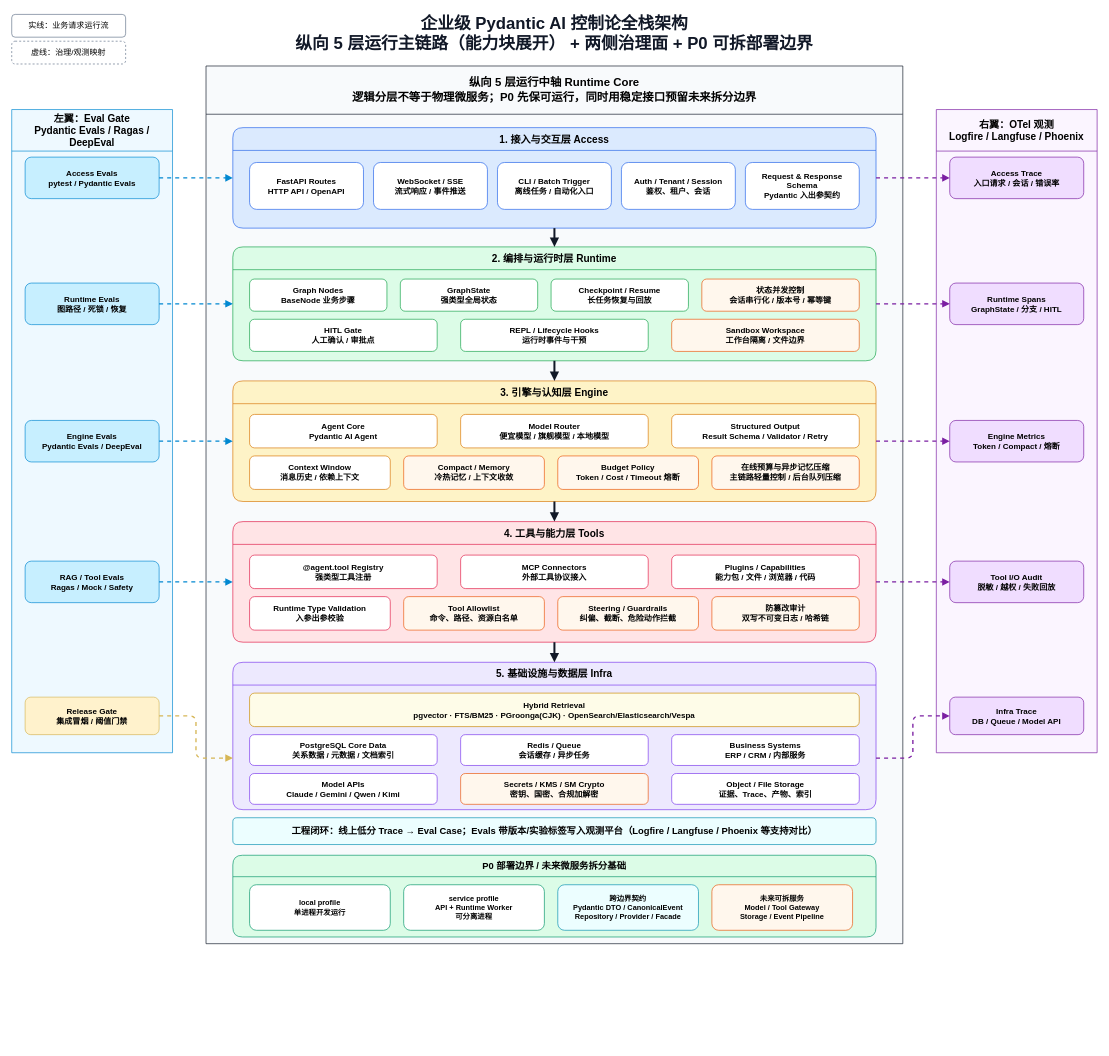
Before: artifacts/pydantic-ai-agent-architecture.drawio in wdmcheng/agent-harness-layer, a draw.io diagram. Source tidied: cells renumbered, new cells numbered last; positions are measured from the earlier drawing's top-left corner, leaving out a move shared by most shapes. Both pictures are drawn from the tidied source at 67%, with x=0, y=0 at pixel (11, 11).
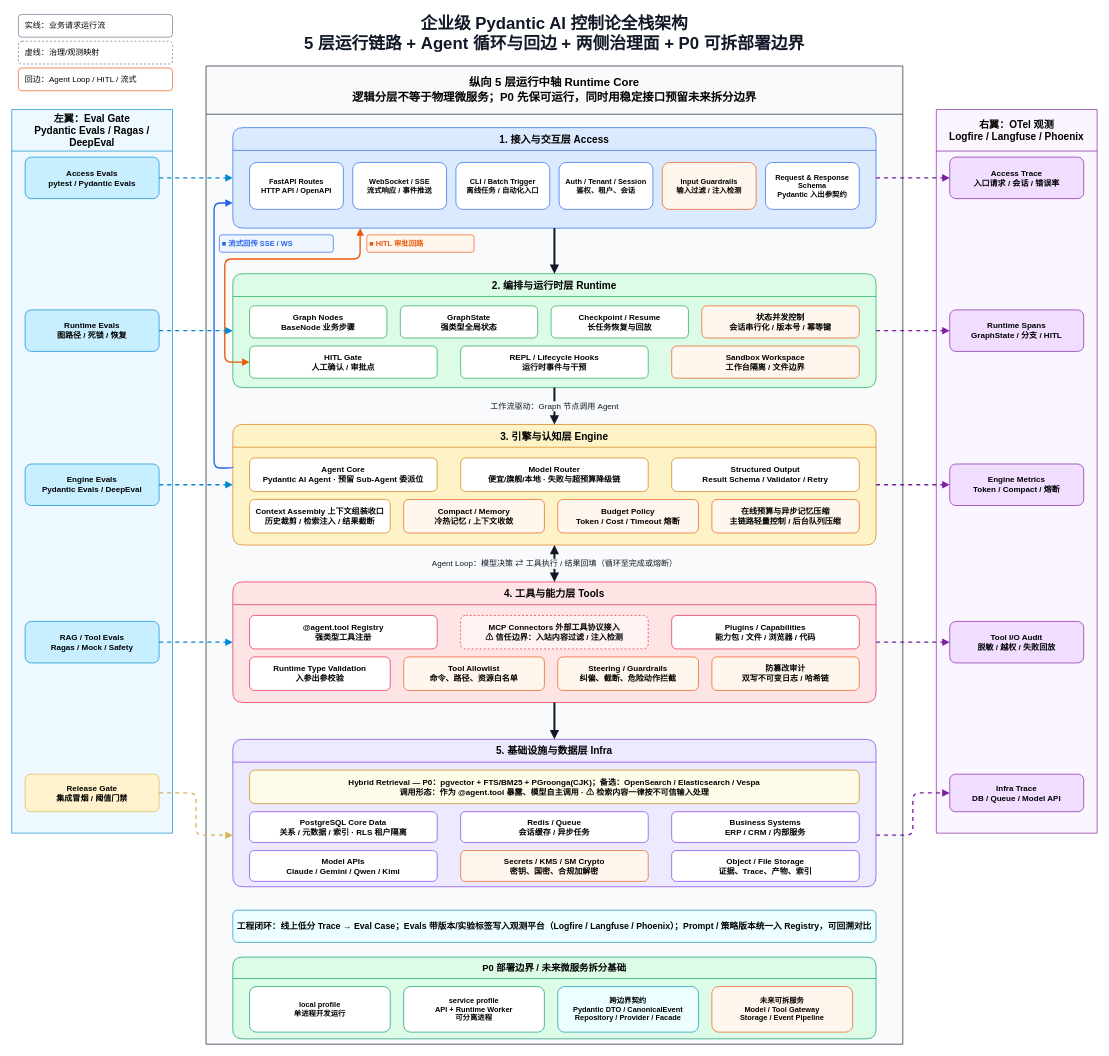
The same page after the edit.

Commit message (it also covers changes not shown here):
docs: polish architecture diagram layout

Unchanged cells that the change refers to:
```xml
<mxCell id="8" value="1. 接入与交互层 Access" style="swimlane;whiteSpace=wrap;html=1;rounded=1;startSize=34;fillColor=#dbeafe;strokeColor=#2563eb;fontSize=15;fontStyle=1;swimlaneFillColor=#dbeafe;" parent="6" vertex="1">
  <mxGeometry x="40" y="92" width="960" height="150" as="geometry" />
</mxCell>
```

Diff of the diagram source:
```diff
@@
-    <mxCell id="2" value="企业级 Pydantic AI 控制论全栈架构&#10;纵向 5 层运行主链路（能力块展开） + 两侧治理面 + P0 可拆部署边界" style="text;html=1;strokeColor=none;fillColor=none;align=center;verticalAlign=middle;whiteSpace=wrap;fontSize=25;fontStyle=1;fontColor=#111827;" parent="1" vertex="1">
+    <mxCell id="2" value="企业级 Pydantic AI 控制论全栈架构&#10;5 层运行链路 + Agent 循环与回边 + 两侧治理面 + P0 可拆部署边界" style="text;html=1;strokeColor=none;fillColor=none;align=center;verticalAlign=middle;whiteSpace=wrap;fontSize=25;fontStyle=1;fontColor=#111827;" parent="1" vertex="1">
       <mxGeometry x="320" width="980" height="62" as="geometry" />
     </mxCell>
-    <mxCell id="3" value="实线：业务请求运行流" style="rounded=1;whiteSpace=wrap;html=1;fillColor=#ffffff;strokeColor=#64748b;fontSize=12;" parent="1" vertex="1">
-      <mxGeometry y="4" width="170" height="34" as="geometry" />
+    <mxCell id="3" value="实线：业务请求运行流" style="rounded=1;whiteSpace=wrap;html=1;fillColor=#ffffff;strokeColor=#64748b;fontSize=12;align=left;spacing=10;" parent="1" vertex="1">
+      <mxGeometry x="10" y="4" width="230" height="34" as="geometry" />
     </mxCell>
-    <mxCell id="4" value="虚线：治理/观测映射" style="rounded=1;whiteSpace=wrap;html=1;fillColor=#ffffff;strokeColor=#64748b;fontSize=12;dashed=1;" parent="1" vertex="1">
-      <mxGeometry y="44" width="170" height="34" as="geometry" />
+    <mxCell id="4" value="虚线：治理/观测映射" style="rounded=1;whiteSpace=wrap;html=1;fillColor=#ffffff;strokeColor=#64748b;fontSize=12;dashed=1;align=left;spacing=10;" parent="1" vertex="1">
+      <mxGeometry x="10" y="44" width="230" height="34" as="geometry" />
     </mxCell>
+    <mxCell id="76" value="回边：Agent Loop / HITL / 流式" style="rounded=1;whiteSpace=wrap;html=1;fillColor=#ffffff;strokeColor=#ea580c;fontSize=12;align=left;spacing=10;" parent="1" vertex="1">
+      <mxGeometry x="10" y="84" width="230" height="34" as="geometry" />
+    </mxCell>
     <mxCell id="5" value="左翼：Eval Gate&#10;Pydantic Evals / Ragas / DeepEval" style="swimlane;whiteSpace=wrap;html=1;rounded=0;startSize=62;fillColor=#eef9ff;strokeColor=#0288d1;fontSize=15;fontStyle=1;swimlaneFillColor=#eef9ff;" parent="1" vertex="1">
-      <mxGeometry y="146" width="240" height="960" as="geometry" />
+      <mxGeometry y="146" width="240" height="1080" as="geometry" />
     </mxCell>
     <mxCell id="6" value="纵向 5 层运行中轴 Runtime Core&#10;逻辑分层不等于物理微服务；P0 先保可运行，同时用稳定接口预留未来拆分边界" style="swimlane;whiteSpace=wrap;html=1;rounded=0;startSize=72;fillColor=#f8fafc;strokeColor=#111827;fontSize=17;fontStyle=1;swimlaneFillColor=#f8fafc;" parent="1" vertex="1">
-      <mxGeometry x="290" y="81" width="1040" height="1310" as="geometry" />
+      <mxGeometry x="290" y="81" width="1040" height="1460" as="geometry" />
     </mxCell>
     <mxCell id="7" value="右翼：OTel 观测&#10;Logfire / Langfuse / Phoenix" style="swimlane;whiteSpace=wrap;html=1;rounded=0;startSize=62;fillColor=#fbf5ff;strokeColor=#7b1fa2;fontSize=15;fontStyle=1;swimlaneFillColor=#fbf5ff;" parent="1" vertex="1">
-      <mxGeometry x="1380" y="146" width="240" height="960" as="geometry" />
+      <mxGeometry x="1380" y="146" width="240" height="1080" as="geometry" />
     </mxCell>
@@
-    <mxCell id="9" value="FastAPI Routes&#10;HTTP API / OpenAPI" style="rounded=1;whiteSpace=wrap;html=1;fillColor=#ffffff;strokeColor=#2563eb;fontSize=12;fontStyle=1;" parent="8" vertex="1">
-      <mxGeometry x="25" y="52" width="170" height="70" as="geometry" />
+    <mxCell id="9" value="FastAPI Routes&#10;HTTP API / OpenAPI" style="rounded=1;whiteSpace=wrap;html=1;fillColor=#ffffff;strokeColor=#2563eb;fontSize=11;fontStyle=1;" parent="8" vertex="1">
+      <mxGeometry x="25" y="52" width="140" height="70" as="geometry" />
     </mxCell>
-    <mxCell id="10" value="WebSocket / SSE&#10;流式响应 / 事件推送" style="rounded=1;whiteSpace=wrap;html=1;fillColor=#ffffff;strokeColor=#2563eb;fontSize=12;fontStyle=1;" parent="8" vertex="1">
-      <mxGeometry x="210" y="52" width="170" height="70" as="geometry" />
+    <mxCell id="10" value="WebSocket / SSE&#10;流式响应 / 事件推送" style="rounded=1;whiteSpace=wrap;html=1;fillColor=#ffffff;strokeColor=#2563eb;fontSize=11;fontStyle=1;" parent="8" vertex="1">
+      <mxGeometry x="179" y="52" width="140" height="70" as="geometry" />
     </mxCell>
-    <mxCell id="11" value="CLI / Batch Trigger&#10;离线任务 / 自动化入口" style="rounded=1;whiteSpace=wrap;html=1;fillColor=#ffffff;strokeColor=#2563eb;fontSize=12;fontStyle=1;" parent="8" vertex="1">
-      <mxGeometry x="395" y="52" width="170" height="70" as="geometry" />
+    <mxCell id="11" value="CLI / Batch Trigger&#10;离线任务 / 自动化入口" style="rounded=1;whiteSpace=wrap;html=1;fillColor=#ffffff;strokeColor=#2563eb;fontSize=11;fontStyle=1;" parent="8" vertex="1">
+      <mxGeometry x="333" y="52" width="140" height="70" as="geometry" />
     </mxCell>
-    <mxCell id="12" value="Auth / Tenant / Session&#10;鉴权、租户、会话" style="rounded=1;whiteSpace=wrap;html=1;fillColor=#ffffff;strokeColor=#2563eb;fontSize=12;fontStyle=1;" parent="8" vertex="1">
-      <mxGeometry x="580" y="52" width="170" height="70" as="geometry" />
+    <mxCell id="12" value="Auth / Tenant / Session&#10;鉴权、租户、会话" style="rounded=1;whiteSpace=wrap;html=1;fillColor=#ffffff;strokeColor=#2563eb;fontSize=11;fontStyle=1;" parent="8" vertex="1">
+      <mxGeometry x="487" y="52" width="140" height="70" as="geometry" />
     </mxCell>
+    <mxCell id="77" value="Input Guardrails&#10;输入过滤 / 注入检测" style="rounded=1;whiteSpace=wrap;html=1;fillColor=#fff7ed;strokeColor=#ea580c;fontSize=11;fontStyle=1;" parent="8" vertex="1">
+      <mxGeometry x="641" y="52" width="140" height="70" as="geometry" />
+    </mxCell>
-    <mxCell id="13" value="Request &amp; Response Schema&#10;Pydantic 入出参契约" style="rounded=1;whiteSpace=wrap;html=1;fillColor=#ffffff;strokeColor=#2563eb;fontSize=12;fontStyle=1;" parent="8" vertex="1">
-      <mxGeometry x="765" y="52" width="170" height="70" as="geometry" />
+    <mxCell id="13" value="Request &amp; Response Schema&#10;Pydantic 入出参契约" style="rounded=1;whiteSpace=wrap;html=1;fillColor=#ffffff;strokeColor=#2563eb;fontSize=11;fontStyle=1;" parent="8" vertex="1">
+      <mxGeometry x="795" y="52" width="140" height="70" as="geometry" />
     </mxCell>
     <mxCell id="14" value="2. 编排与运行时层 Runtime" style="swimlane;whiteSpace=wrap;html=1;rounded=1;startSize=34;fillColor=#dcfce7;strokeColor=#16a34a;fontSize=15;fontStyle=1;swimlaneFillColor=#dcfce7;" parent="6" vertex="1">
-      <mxGeometry x="40" y="270" width="960" height="170" as="geometry" />
+      <mxGeometry x="40" y="310" width="960" height="170" as="geometry" />
     </mxCell>
@@
     <mxCell id="22" value="3. 引擎与认知层 Engine" style="swimlane;whiteSpace=wrap;html=1;rounded=1;startSize=34;fillColor=#fef3c7;strokeColor=#d97706;fontSize=15;fontStyle=1;swimlaneFillColor=#fef3c7;" parent="6" vertex="1">
-      <mxGeometry x="40" y="470" width="960" height="180" as="geometry" />
+      <mxGeometry x="40" y="535" width="960" height="180" as="geometry" />
     </mxCell>
-    <mxCell id="23" value="Agent Core&#10;Pydantic AI Agent" style="rounded=1;whiteSpace=wrap;html=1;fillColor=#ffffff;strokeColor=#d97706;fontSize=12;fontStyle=1;" parent="22" vertex="1">
+    <mxCell id="23" value="Agent Core&#10;Pydantic AI Agent · 预留 Sub-Agent 委派位" style="rounded=1;whiteSpace=wrap;html=1;fillColor=#ffffff;strokeColor=#d97706;fontSize=12;fontStyle=1;" parent="22" vertex="1">
       <mxGeometry x="25" y="50" width="280" height="50" as="geometry" />
     </mxCell>
-    <mxCell id="24" value="Model Router&#10;便宜模型 / 旗舰模型 / 本地模型" style="rounded=1;whiteSpace=wrap;html=1;fillColor=#ffffff;strokeColor=#d97706;fontSize=12;fontStyle=1;" parent="22" vertex="1">
+    <mxCell id="24" value="Model Router&#10;便宜/旗舰/本地 · 失败与超预算降级链" style="rounded=1;whiteSpace=wrap;html=1;fillColor=#ffffff;strokeColor=#d97706;fontSize=12;fontStyle=1;" parent="22" vertex="1">
       <mxGeometry x="340" y="50" width="280" height="50" as="geometry" />
     </mxCell>
@@
-    <mxCell id="26" value="Context Window&#10;消息历史 / 依赖上下文" style="rounded=1;whiteSpace=wrap;html=1;fillColor=#ffffff;strokeColor=#d97706;fontSize=12;fontStyle=1;" parent="22" vertex="1">
+    <mxCell id="26" value="Context Assembly 上下文组装收口&#10;历史裁剪 / 检索注入 / 结果截断" style="rounded=1;whiteSpace=wrap;html=1;fillColor=#ffffff;strokeColor=#d97706;fontSize=12;fontStyle=1;" parent="22" vertex="1">
       <mxGeometry x="25" y="112" width="210" height="50" as="geometry" />
     </mxCell>
@@
     <mxCell id="30" value="4. 工具与能力层 Tools" style="swimlane;whiteSpace=wrap;html=1;rounded=1;startSize=34;fillColor=#ffe4e6;strokeColor=#e11d48;fontSize=15;fontStyle=1;swimlaneFillColor=#ffe4e6;" parent="6" vertex="1">
-      <mxGeometry x="40" y="680" width="960" height="180" as="geometry" />
+      <mxGeometry x="40" y="770" width="960" height="180" as="geometry" />
     </mxCell>
@@
-    <mxCell id="32" value="MCP Connectors&#10;外部工具协议接入" style="rounded=1;whiteSpace=wrap;html=1;fillColor=#ffffff;strokeColor=#e11d48;fontSize=12;fontStyle=1;" parent="30" vertex="1">
+    <mxCell id="32" value="MCP Connectors 外部工具协议接入&#10;⚠ 信任边界：入站内容过滤 / 注入检测" style="rounded=1;whiteSpace=wrap;html=1;fillColor=#fef2f2;strokeColor=#dc2626;dashed=1;fontSize=12;fontStyle=1;" parent="30" vertex="1">
       <mxGeometry x="340" y="50" width="280" height="50" as="geometry" />
     </mxCell>
@@
     <mxCell id="38" value="5. 基础设施与数据层 Infra" style="swimlane;whiteSpace=wrap;html=1;rounded=1;startSize=34;fillColor=#ede9fe;strokeColor=#7c3aed;fontSize=15;fontStyle=1;swimlaneFillColor=#ede9fe;" parent="6" vertex="1">
-      <mxGeometry x="40" y="890" width="960" height="220" as="geometry" />
+      <mxGeometry x="40" y="1005" width="960" height="220" as="geometry" />
     </mxCell>
-    <mxCell id="39" value="Hybrid Retrieval&#10;pgvector · FTS/BM25 · PGroonga(CJK) · OpenSearch/Elasticsearch/Vespa" style="rounded=1;whiteSpace=wrap;html=1;fillColor=#fefce8;strokeColor=#ca8a04;fontSize=12;fontStyle=1;" parent="38" vertex="1">
+    <mxCell id="39" value="Hybrid Retrieval — P0：pgvector + FTS/BM25 + PGroonga(CJK)；备选：OpenSearch / Elasticsearch / Vespa&#10;调用形态：作为 @agent.tool 暴露、模型自主调用 · ⚠ 检索内容一律按不可信输入处理" style="rounded=1;whiteSpace=wrap;html=1;fillColor=#fefce8;strokeColor=#ca8a04;fontSize=12;fontStyle=1;" parent="38" vertex="1">
       <mxGeometry x="25" y="46" width="910" height="50" as="geometry" />
     </mxCell>
-    <mxCell id="40" value="PostgreSQL Core Data&#10;关系数据 / 元数据 / 文档索引" style="rounded=1;whiteSpace=wrap;html=1;fillColor=#ffffff;strokeColor=#7c3aed;fontSize=12;fontStyle=1;" parent="38" vertex="1">
+    <mxCell id="40" value="PostgreSQL Core Data&#10;关系 / 元数据 / 索引 · RLS 租户隔离" style="rounded=1;whiteSpace=wrap;html=1;fillColor=#ffffff;strokeColor=#7c3aed;fontSize=12;fontStyle=1;" parent="38" vertex="1">
       <mxGeometry x="25" y="108" width="280" height="46" as="geometry" />
     </mxCell>
@@
-    <mxCell id="46" value="工程闭环：线上低分 Trace → Eval Case；Evals 带版本/实验标签写入观测平台（Logfire / Langfuse / Phoenix 等支持对比）" style="rounded=1;whiteSpace=wrap;html=1;fillColor=#ecfeff;strokeColor=#0891b2;fontSize=14;fontStyle=1;" parent="6" vertex="1">
-      <mxGeometry x="40" y="1122" width="960" height="40" as="geometry" />
+    <mxCell id="46" value="工程闭环：线上低分 Trace → Eval Case；Evals 带版本/实验标签写入观测平台（Logfire / Langfuse / Phoenix）；Prompt / 策略版本统一入 Registry，可回溯对比" style="rounded=1;whiteSpace=wrap;html=1;fillColor=#ecfeff;strokeColor=#0891b2;fontSize=13;fontStyle=1;" parent="6" vertex="1">
+      <mxGeometry x="40" y="1260" width="960" height="48" as="geometry" />
     </mxCell>
     <mxCell id="47" value="P0 部署边界 / 未来微服务拆分基础" style="swimlane;whiteSpace=wrap;html=1;rounded=1;startSize=32;fillColor=#dcfce7;strokeColor=#059669;fontSize=14;fontStyle=1;swimlaneFillColor=#dcfce7;" parent="6" vertex="1">
-      <mxGeometry x="40" y="1178" width="960" height="122" as="geometry" />
+      <mxGeometry x="40" y="1330" width="960" height="122" as="geometry" />
     </mxCell>
@@
     <mxCell id="53" value="Runtime Evals&#10;图路径 / 死锁 / 恢复" style="rounded=1;whiteSpace=wrap;html=1;fillColor=#c7efff;strokeColor=#0288d1;fontSize=12;fontStyle=1;" parent="5" vertex="1">
-      <mxGeometry x="20" y="259" width="200" height="62" as="geometry" />
+      <mxGeometry x="20" y="299" width="200" height="62" as="geometry" />
     </mxCell>
     <mxCell id="54" value="Engine Evals&#10;Pydantic Evals / DeepEval" style="rounded=1;whiteSpace=wrap;html=1;fillColor=#c7efff;strokeColor=#0288d1;fontSize=12;fontStyle=1;" parent="5" vertex="1">
-      <mxGeometry x="20" y="464" width="200" height="62" as="geometry" />
+      <mxGeometry x="20" y="529" width="200" height="62" as="geometry" />
     </mxCell>
     <mxCell id="55" value="RAG / Tool Evals&#10;Ragas / Mock / Safety" style="rounded=1;whiteSpace=wrap;html=1;fillColor=#c7efff;strokeColor=#0288d1;fontSize=12;fontStyle=1;" parent="5" vertex="1">
-      <mxGeometry x="20" y="674" width="200" height="62" as="geometry" />
+      <mxGeometry x="20" y="764" width="200" height="62" as="geometry" />
     </mxCell>
     <mxCell id="56" value="Release Gate&#10;集成冒烟 / 阈值门禁" style="rounded=1;whiteSpace=wrap;html=1;fillColor=#fff2cc;strokeColor=#d6b656;fontSize=12;fontStyle=1;" parent="5" vertex="1">
-      <mxGeometry x="20" y="877" width="200" height="56" as="geometry" />
+      <mxGeometry x="20" y="992" width="200" height="56" as="geometry" />
     </mxCell>
@@
     <mxCell id="58" value="Runtime Spans&#10;GraphState / 分支 / HITL" style="rounded=1;whiteSpace=wrap;html=1;fillColor=#f0ddff;strokeColor=#7b1fa2;fontSize=12;fontStyle=1;" parent="7" vertex="1">
-      <mxGeometry x="20" y="259" width="200" height="62" as="geometry" />
+      <mxGeometry x="20" y="299" width="200" height="62" as="geometry" />
     </mxCell>
     <mxCell id="59" value="Engine Metrics&#10;Token / Compact / 熔断" style="rounded=1;whiteSpace=wrap;html=1;fillColor=#f0ddff;strokeColor=#7b1fa2;fontSize=12;fontStyle=1;" parent="7" vertex="1">
-      <mxGeometry x="20" y="464" width="200" height="62" as="geometry" />
+      <mxGeometry x="20" y="529" width="200" height="62" as="geometry" />
     </mxCell>
     <mxCell id="60" value="Tool I/O Audit&#10;脱敏 / 越权 / 失败回放" style="rounded=1;whiteSpace=wrap;html=1;fillColor=#f0ddff;strokeColor=#7b1fa2;fontSize=12;fontStyle=1;" parent="7" vertex="1">
-      <mxGeometry x="20" y="674" width="200" height="62" as="geometry" />
+      <mxGeometry x="20" y="764" width="200" height="62" as="geometry" />
     </mxCell>
     <mxCell id="61" value="Infra Trace&#10;DB / Queue / Model API" style="rounded=1;whiteSpace=wrap;html=1;fillColor=#f0ddff;strokeColor=#7b1fa2;fontSize=12;fontStyle=1;" parent="7" vertex="1">
-      <mxGeometry x="20" y="877" width="200" height="56" as="geometry" />
+      <mxGeometry x="20" y="992" width="200" height="56" as="geometry" />
     </mxCell>
@@
-    <mxCell id="63" style="edgeStyle=orthogonalEdgeStyle;rounded=1;jettySize=auto;html=1;exitX=0.5;exitY=1;entryX=0.5;entryY=0;endArrow=block;endFill=1;strokeColor=#111827;strokeWidth=3;" parent="6" edge="1" source="14" target="22">
+    <mxCell id="63" value="工作流驱动：Graph 节点调用 Agent" style="edgeStyle=orthogonalEdgeStyle;rounded=1;jettySize=auto;html=1;exitX=0.5;exitY=1;entryX=0.5;entryY=0;endArrow=block;endFill=1;strokeColor=#111827;strokeWidth=3;fontSize=12;fontColor=#111827;labelBackgroundColor=#f8fafc;" parent="6" edge="1" source="14" target="22">
       <mxGeometry relative="1" as="geometry" />
     </mxCell>
-    <mxCell id="64" style="edgeStyle=orthogonalEdgeStyle;rounded=1;jettySize=auto;html=1;exitX=0.5;exitY=1;entryX=0.5;entryY=0;endArrow=block;endFill=1;strokeColor=#111827;strokeWidth=3;" parent="6" edge="1" source="22" target="30">
+    <mxCell id="64" value="Agent Loop：模型决策 ⇄ 工具执行 / 结果回填（循环至完成或熔断）" style="edgeStyle=orthogonalEdgeStyle;rounded=1;jettySize=auto;html=1;exitX=0.5;exitY=1;entryX=0.5;entryY=0;endArrow=block;endFill=1;startArrow=block;startFill=1;strokeColor=#111827;strokeWidth=3;fontSize=12;fontColor=#111827;labelBackgroundColor=#f8fafc;" parent="6" edge="1" source="22" target="30">
       <mxGeometry relative="1" as="geometry" />
     </mxCell>
@@
+    <mxCell id="78" style="edgeStyle=orthogonalEdgeStyle;rounded=1;jettySize=auto;html=1;exitX=0;exitY=0.35;entryX=0;entryY=0.75;endArrow=block;endFill=1;strokeColor=#2563eb;strokeWidth=2;" parent="1" edge="1" source="22" target="8">
+      <mxGeometry relative="1" as="geometry">
+        <Array as="points">
+          <mxPoint x="302" y="681" />
+          <mxPoint x="302" y="286" />
+        </Array>
+      </mxGeometry>
+    </mxCell>
+    <mxCell id="79" style="edgeStyle=orthogonalEdgeStyle;rounded=1;orthogonalLoop=1;jettySize=auto;html=1;endArrow=block;endFill=1;startArrow=block;startFill=1;strokeColor=#ea580c;strokeWidth=2;" parent="1" edge="1">
+      <mxGeometry relative="1" as="geometry">
+        <mxPoint x="355" y="523" as="sourcePoint" />
+        <mxPoint x="520" y="323" as="targetPoint" />
+        <Array as="points">
+          <mxPoint x="318" y="523" />
+          <mxPoint x="318" y="369" />
+          <mxPoint x="520" y="369" />
+        </Array>
+      </mxGeometry>
+    </mxCell>
+    <mxCell id="80" value="■ 流式回传 SSE / WS" style="rounded=1;whiteSpace=wrap;html=1;fillColor=#eff6ff;strokeColor=#2563eb;fontSize=11;fontColor=#2563eb;fontStyle=1;spacing=4;align=left;" parent="6" vertex="1">
+      <mxGeometry x="20" y="252" width="170" height="26" as="geometry" />
+    </mxCell>
+    <mxCell id="81" value="■ HITL 审批回路" style="rounded=1;whiteSpace=wrap;html=1;fillColor=#fff7ed;strokeColor=#ea580c;fontSize=11;fontColor=#ea580c;fontStyle=1;spacing=4;align=left;" parent="6" vertex="1">
+      <mxGeometry x="240" y="252" width="160" height="26" as="geometry" />
+    </mxCell>
```
